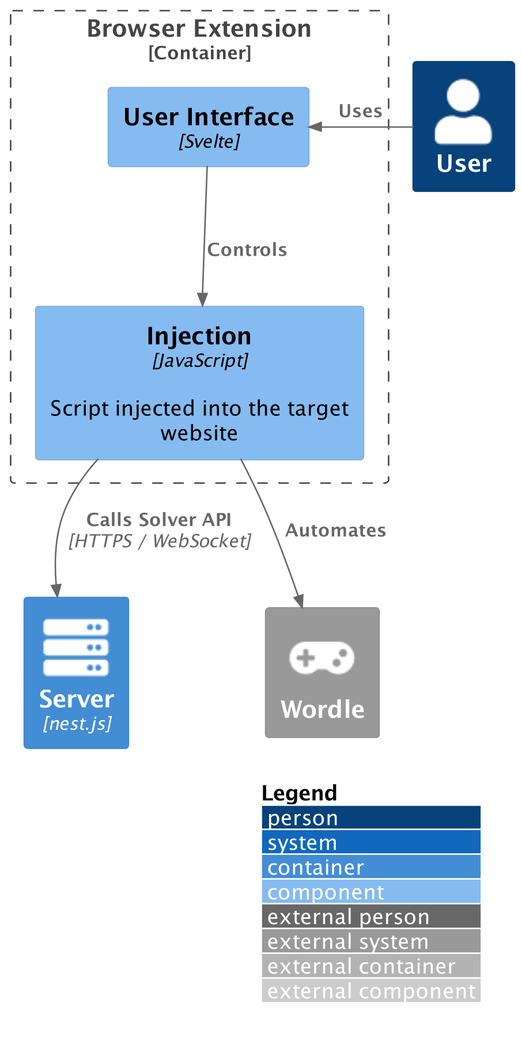
Above: docs/diagrams/Browser_Extension_Components_Diagram.png in marcelheim/WordleBot (PlantUML), before the change.
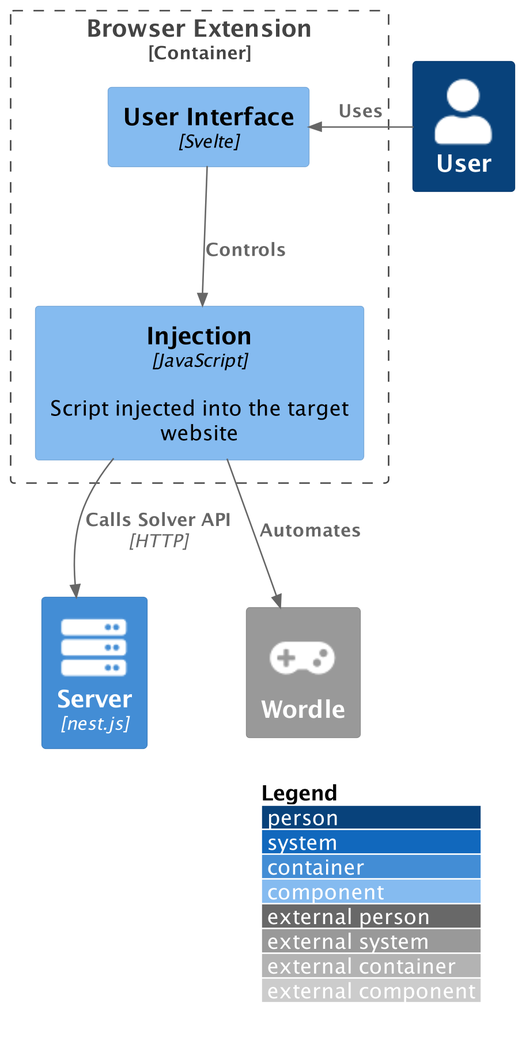
Above is the later version.

Change to the diagram source:
```diff
@@ -28,5 +28,5 @@
 
 Rel_L(user, ui, "Uses")
 Rel(injection, wordle, "Automates")
-Rel(injection, server, "Calls Solver API", "HTTPS / WebSocket")
+Rel(injection, server, "Calls Solver API", "HTTP")
 @enduml
```
